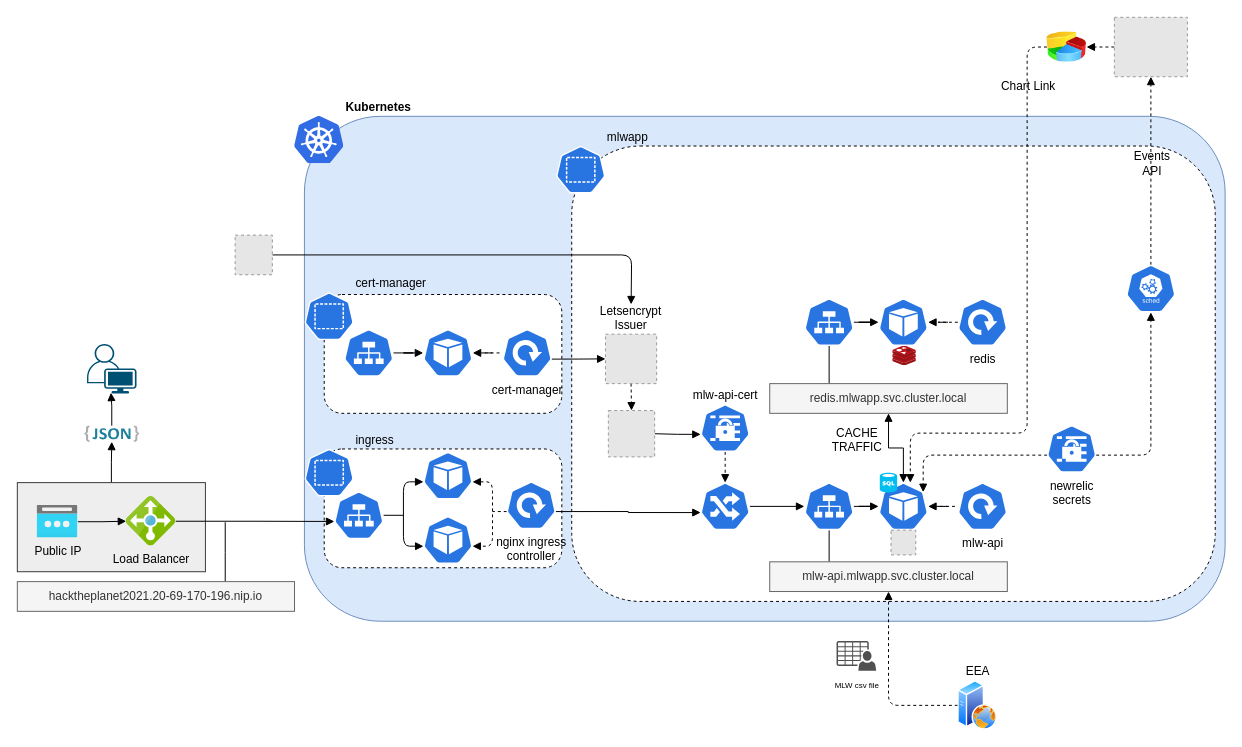
The draw.io diagram architecture/architecture.drawio in imjoseangel/hacktheplanet2021, before the edit. Source tidied: cells renumbered, new cells numbered last; positions are measured from the earlier drawing's top-left corner, leaving out a move shared by most shapes. Both pictures are drawn from the tidied source at 99%, with x=0, y=0 at pixel (17, 17). Pictures stored in the file or linked from it are replaced by grey dashed boxes.
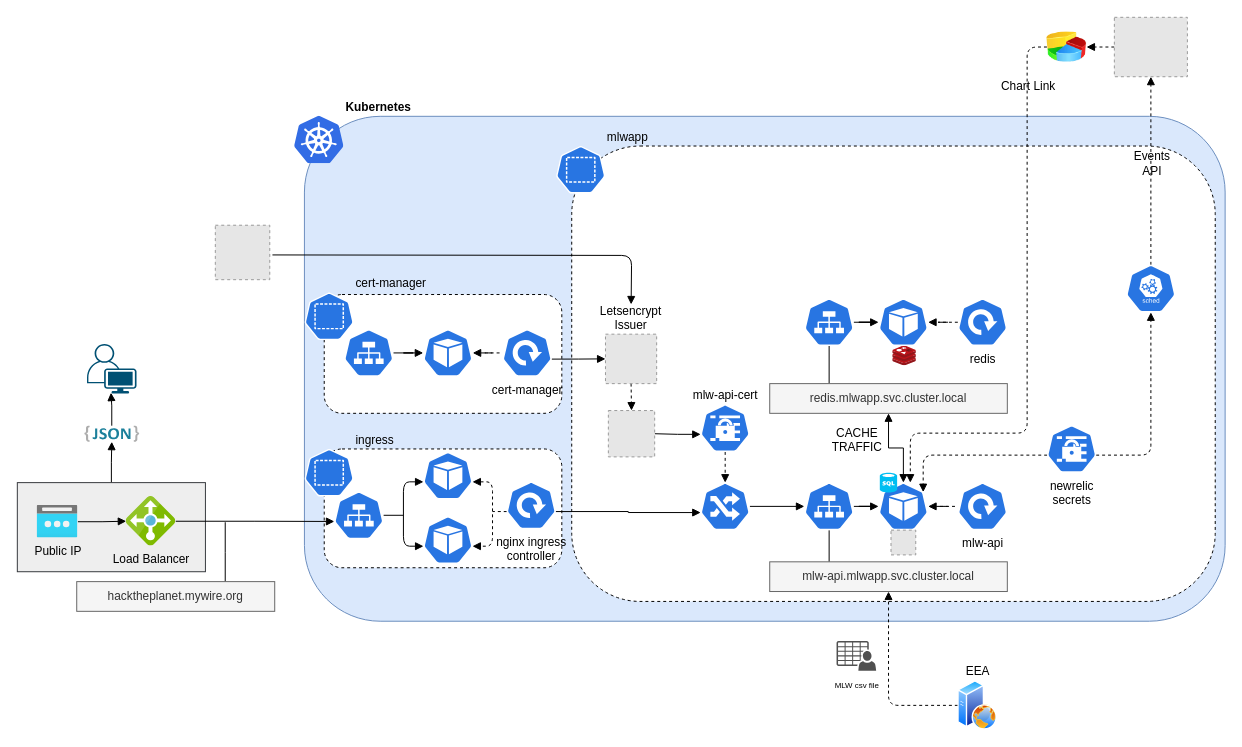
Above is the later version.

Diff of the diagram source:
```diff
@@
-    <mxCell id="52" style="edgeStyle=orthogonalEdgeStyle;rounded=1;jettySize=auto;html=1;exitX=1;exitY=0.5;exitDx=0;exitDy=0;startArrow=none;startFill=0;endArrow=block;endFill=1;fontFamily=Hack;fontSize=12;" parent="1" edge="1" source="53">
+    <mxCell id="52" style="edgeStyle=orthogonalEdgeStyle;rounded=1;orthogonalLoop=1;jettySize=auto;html=1;exitX=1;exitY=0.5;exitDx=0;exitDy=0;startArrow=none;startFill=0;endArrow=block;endFill=1;fontFamily=Hack;fontSize=12;" parent="1" edge="1">
       <mxGeometry relative="1" as="geometry">
+        <mxPoint x="257.7" y="240" as="sourcePoint" />
         <mxPoint x="620" y="290" as="targetPoint" />
       </mxGeometry>
     </mxCell>
-    <mxCell id="53" style="fillColor=#E6E6E6;strokeColor=#999999;dashed=1;verticalLabelPosition=bottom;labelBackgroundColor=#ffffff;verticalAlign=top;" parent="1" vertex="1">
-      <mxGeometry x="220" y="220" width="37.6" height="40" as="geometry" />
-    </mxCell>
@@
-    <mxCell id="68" value="hacktheplanet2021.20-69-170-196.nip.io" style="rounded=0;whiteSpace=wrap;html=1;labelBackgroundColor=none;fontFamily=Hack;align=center;fillColor=#f5f5f5;strokeColor=#666666;fontColor=#333333;" parent="1" vertex="1">
-      <mxGeometry y="570" width="280" height="30" as="geometry" />
+    <mxCell id="68" value="hacktheplanet.mywire.org" style="rounded=0;whiteSpace=wrap;html=1;labelBackgroundColor=none;fontFamily=Hack;align=center;fillColor=#f5f5f5;strokeColor=#666666;fontColor=#333333;" parent="1" vertex="1">
+      <mxGeometry x="60" y="570" width="200" height="30" as="geometry" />
     </mxCell>
@@
+    <mxCell id="79" style="fillColor=#E6E6E6;strokeColor=#999999;dashed=1;verticalLabelPosition=bottom;labelBackgroundColor=#ffffff;verticalAlign=top;" parent="1" vertex="1">
+      <mxGeometry x="200" y="210" width="55" height="55" as="geometry" />
+    </mxCell>
```
